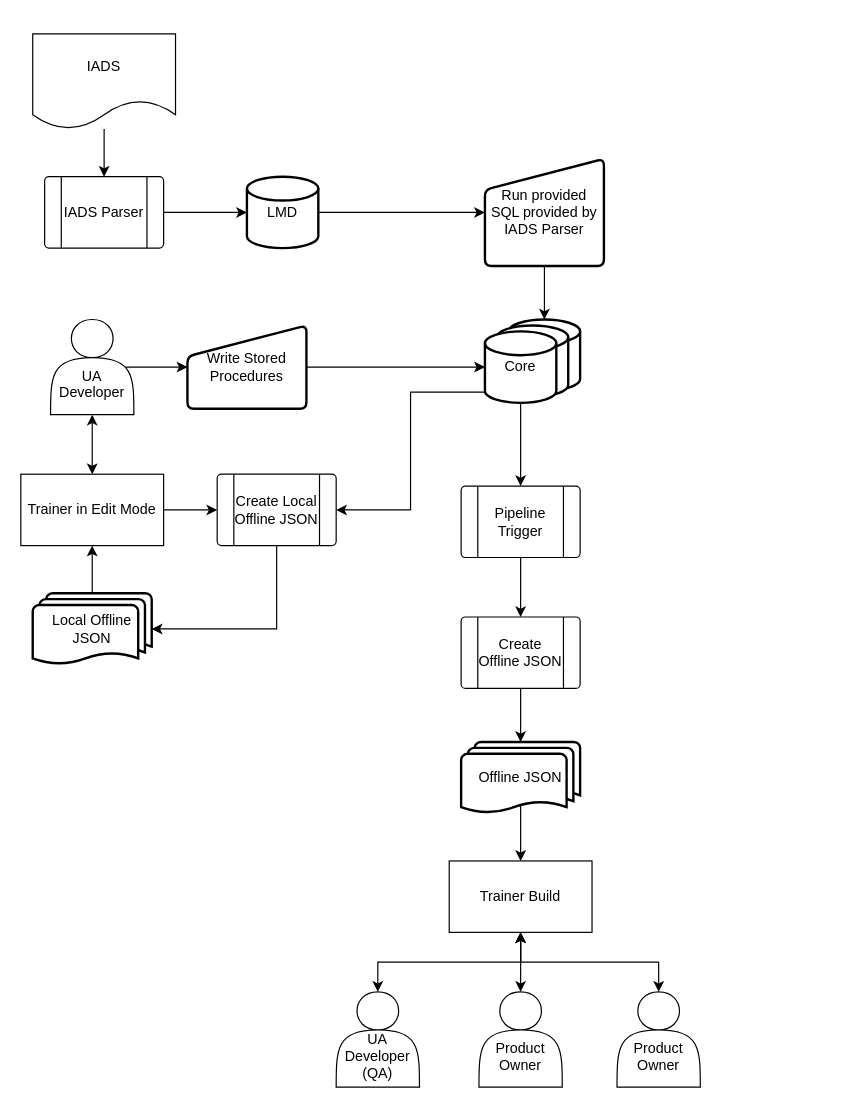
The draw.io diagram After.drawio in Bspeirtorch/draw, before the edit. Source tidied: cells renumbered, new cells numbered last; positions are measured from the earlier drawing's top-left corner, leaving out a move shared by most shapes. Both pictures are drawn from the tidied source at 119%, with x=0, y=0 at pixel (20, 33).
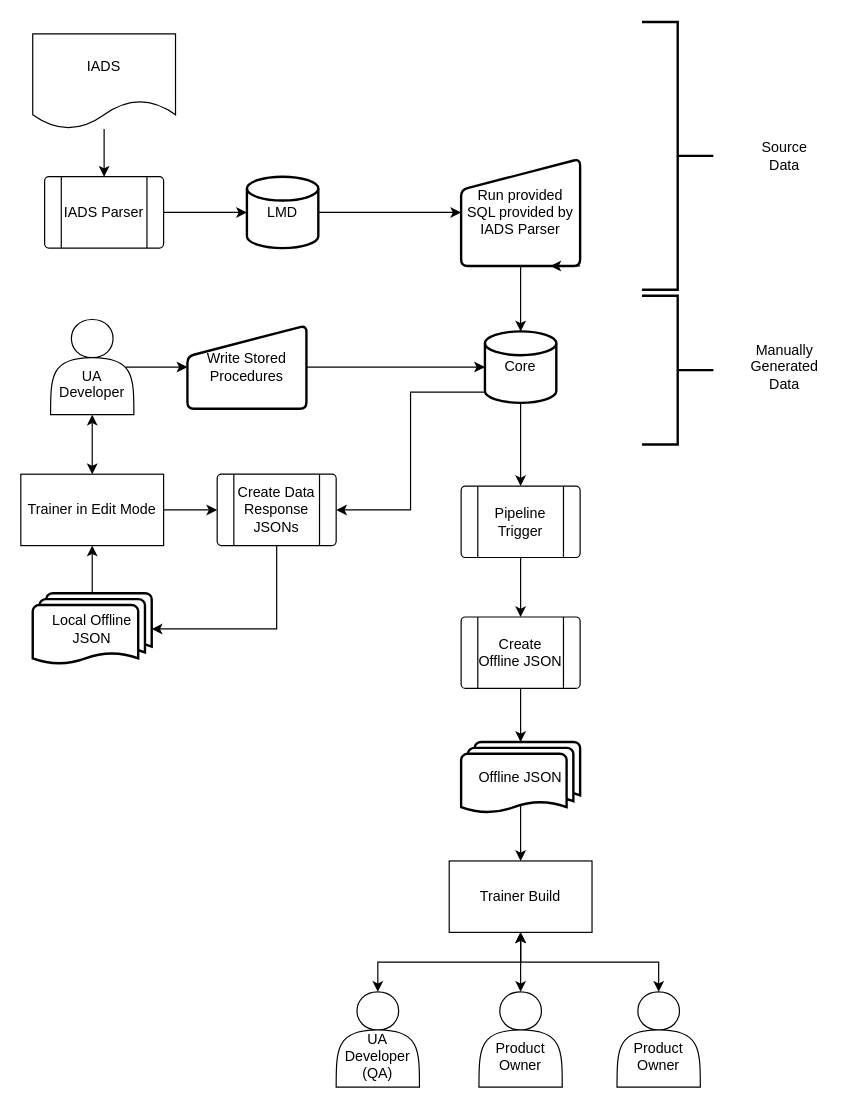
After the change.

The change refers to these unchanged cells:
```xml
<mxCell id="10" value="Core" style="strokeWidth=2;html=1;shape=mxgraph.flowchart.database;whiteSpace=wrap;" parent="1" vertex="1">
  <mxGeometry x="390" y="250" width="60" height="60" as="geometry" />
</mxCell>
```

The edit, as a diff of the source:
```diff
@@
-    <mxCell id="6" style="strokeWidth=2;html=1;shape=mxgraph.flowchart.database;whiteSpace=wrap;" parent="1" vertex="1">
-      <mxGeometry x="410" y="240" width="60" height="60" as="geometry" />
-    </mxCell>
-    <mxCell id="7" style="strokeWidth=2;html=1;shape=mxgraph.flowchart.database;whiteSpace=wrap;" parent="1" vertex="1">
-      <mxGeometry x="400" y="245" width="60" height="60" as="geometry" />
-    </mxCell>
@@
     <mxCell id="20" value="Run provided SQL provided by IADS Parser" style="html=1;strokeWidth=2;shape=manualInput;whiteSpace=wrap;rounded=1;size=26;arcSize=11;" parent="1" vertex="1">
-      <mxGeometry x="390" y="105" width="100" height="90" as="geometry" />
+      <mxGeometry x="370" y="105" width="100" height="90" as="geometry" />
     </mxCell>
@@
-    <mxCell id="23" style="edgeStyle=orthogonalEdgeStyle;rounded=0;jettySize=auto;html=1;exitX=0.5;exitY=1;exitDx=0;exitDy=0;entryX=0.5;entryY=0;entryDx=0;entryDy=0;entryPerimeter=0;" parent="1" edge="1" source="20" target="6">
+    <mxCell id="23" style="edgeStyle=orthogonalEdgeStyle;rounded=0;jettySize=auto;html=1;exitX=0.5;exitY=1;exitDx=0;exitDy=0;entryX=0.5;entryY=0;entryDx=0;entryDy=0;entryPerimeter=0;" parent="1" edge="1" source="20" target="10">
       <mxGeometry relative="1" as="geometry" />
     </mxCell>
@@
-    <mxCell id="35" value="Create Local Offline JSON" style="verticalLabelPosition=middle;verticalAlign=middle;html=1;shape=process;whiteSpace=wrap;rounded=1;size=0.14;arcSize=6;labelPosition=center;align=center;" parent="1" vertex="1">
+    <mxCell id="35" value="Create Data Response JSONs" style="verticalLabelPosition=middle;verticalAlign=middle;html=1;shape=process;whiteSpace=wrap;rounded=1;size=0.14;arcSize=6;labelPosition=center;align=center;" parent="1" vertex="1">
       <mxGeometry x="165" y="370" width="100" height="60" as="geometry" />
     </mxCell>
@@
+    <mxCell id="39" style="strokeWidth=2;html=1;shape=mxgraph.flowchart.annotation_2;align=left;labelPosition=right;rotation=-180;" parent="1" vertex="1">
+      <mxGeometry x="522" y="-10" width="60" height="225" as="geometry" />
+    </mxCell>
+    <mxCell id="40" value="Source Data" style="text;html=1;strokeColor=none;fillColor=none;align=center;verticalAlign=middle;whiteSpace=wrap;rounded=0;" parent="1" vertex="1">
+      <mxGeometry x="612" y="87.5" width="60" height="30" as="geometry" />
+    </mxCell>
+    <mxCell id="41" style="strokeWidth=2;html=1;shape=mxgraph.flowchart.annotation_2;align=left;labelPosition=right;rotation=-180;" parent="1" vertex="1">
+      <mxGeometry x="522" y="220" width="60" height="125" as="geometry" />
+    </mxCell>
+    <mxCell id="42" value="Manually Generated Data" style="text;html=1;strokeColor=none;fillColor=none;align=center;verticalAlign=middle;whiteSpace=wrap;rounded=0;" parent="1" vertex="1">
+      <mxGeometry x="612" y="265" width="60" height="30" as="geometry" />
+    </mxCell>
+    <mxCell id="43" style="edgeStyle=orthogonalEdgeStyle;rounded=0;orthogonalLoop=1;jettySize=auto;html=1;exitX=1;exitY=1;exitDx=0;exitDy=0;entryX=0.75;entryY=1;entryDx=0;entryDy=0;" parent="1" edge="1" source="20" target="20">
+      <mxGeometry relative="1" as="geometry" />
+    </mxCell>
```
